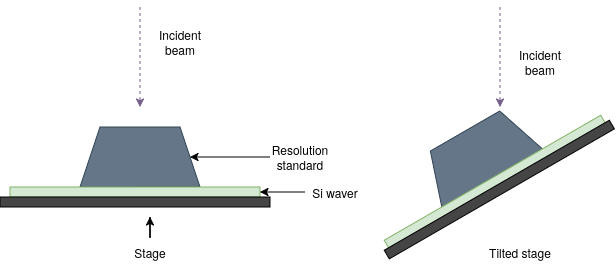
The draw.io diagram notes/report/images/sem_tilt.png in Ribena-dev/CDE4301_IS434, before a commit. Source tidied: cells renumbered, new cells last; positions are measured from the earlier drawing's top-left corner, leaving out a move shared by most shapes. Source of this version:
```xml
<mxGraphModel>
  <root>
    <mxCell id="0" />
    <mxCell id="1" parent="0" />
    <mxCell id="2" style="shape=trapezoid;perimeter=trapezoidPerimeter;whiteSpace=wrap;html=1;fixedSize=1;strokeColor=#314354;fillColor=#647687;fontColor=#ffffff;" parent="1" vertex="1">
      <mxGeometry x="80" y="120" width="120" height="60" as="geometry" />
    </mxCell>
    <mxCell id="3" style="rounded=0;whiteSpace=wrap;html=1;fillColor=#d5e8d4;strokeColor=#82b366;" parent="1" vertex="1">
      <mxGeometry x="10" y="180" width="250" height="10" as="geometry" />
    </mxCell>
    <mxCell id="4" style="endArrow=classic;html=1;rounded=0;dashed=1;strokeColor=#76608A;" parent="1" edge="1">
      <mxGeometry relative="1" as="geometry">
        <mxPoint x="140" as="sourcePoint" />
        <mxPoint x="140" y="100" as="targetPoint" />
      </mxGeometry>
    </mxCell>
    <mxCell id="5" value="Incident beam" style="text;html=1;whiteSpace=wrap;strokeColor=none;fillColor=none;align=center;verticalAlign=middle;rounded=0;" parent="1" vertex="1">
      <mxGeometry x="150" y="20" width="60" height="30" as="geometry" />
    </mxCell>
    <mxCell id="6" style="edgeStyle=orthogonalEdgeStyle;rounded=0;jettySize=auto;html=1;" parent="1" edge="1" source="7" target="2">
      <mxGeometry relative="1" as="geometry" />
    </mxCell>
    <mxCell id="7" value="Resolution &lt;br&gt;standard" style="text;html=1;whiteSpace=wrap;strokeColor=none;fillColor=none;align=center;verticalAlign=middle;rounded=0;" parent="1" vertex="1">
      <mxGeometry x="270" y="135" width="60" height="30" as="geometry" />
    </mxCell>
    <mxCell id="8" style="edgeStyle=orthogonalEdgeStyle;rounded=0;jettySize=auto;html=1;entryX=1;entryY=0.5;entryDx=0;entryDy=0;" parent="1" edge="1" source="9" target="3">
      <mxGeometry relative="1" as="geometry" />
    </mxCell>
    <mxCell id="9" value="Si waver" style="text;html=1;whiteSpace=wrap;strokeColor=none;fillColor=none;align=center;verticalAlign=middle;rounded=0;" parent="1" vertex="1">
      <mxGeometry x="305" y="170" width="60" height="30" as="geometry" />
    </mxCell>
    <mxCell id="10" style="shape=trapezoid;perimeter=trapezoidPerimeter;whiteSpace=wrap;html=1;fixedSize=1;strokeColor=#314354;fillColor=#647687;fontColor=#ffffff;rotation=-30;" parent="1" vertex="1">
      <mxGeometry x="420" y="120" width="120" height="60" as="geometry" />
    </mxCell>
    <mxCell id="11" style="rounded=0;whiteSpace=wrap;html=1;fillColor=#d5e8d4;strokeColor=#82b366;rotation=-30;" parent="1" vertex="1">
      <mxGeometry x="370" y="170" width="250" height="10" as="geometry" />
    </mxCell>
    <mxCell id="12" style="endArrow=classic;html=1;rounded=0;dashed=1;strokeColor=#76608A;" parent="1" edge="1">
      <mxGeometry relative="1" as="geometry">
        <mxPoint x="500" as="sourcePoint" />
        <mxPoint x="500" y="100" as="targetPoint" />
      </mxGeometry>
    </mxCell>
    <mxCell id="13" value="Incident beam" style="text;html=1;whiteSpace=wrap;strokeColor=none;fillColor=none;align=center;verticalAlign=middle;rounded=0;" parent="1" vertex="1">
      <mxGeometry x="510" y="40" width="60" height="30" as="geometry" />
    </mxCell>
    <mxCell id="14" value="Tilted stage" style="text;html=1;whiteSpace=wrap;strokeColor=none;fillColor=none;align=center;verticalAlign=middle;rounded=0;" parent="1" vertex="1">
      <mxGeometry x="480" y="230" width="80" height="30" as="geometry" />
    </mxCell>
    <mxCell id="15" style="rounded=0;whiteSpace=wrap;html=1;fillColor=#454545;" parent="1" vertex="1">
      <mxGeometry y="190" width="270" height="10" as="geometry" />
    </mxCell>
    <mxCell id="16" style="edgeStyle=orthogonalEdgeStyle;rounded=0;jettySize=auto;html=1;" parent="1" edge="1" source="17">
      <mxGeometry relative="1" as="geometry">
        <mxPoint x="150" y="210" as="targetPoint" />
      </mxGeometry>
    </mxCell>
    <mxCell id="17" value="Stage" style="text;html=1;whiteSpace=wrap;strokeColor=none;fillColor=none;align=center;verticalAlign=middle;rounded=0;" parent="1" vertex="1">
      <mxGeometry x="120" y="230" width="60" height="30" as="geometry" />
    </mxCell>
    <mxCell id="18" style="rounded=0;whiteSpace=wrap;html=1;rotation=-30;fillColor=#454545;" parent="1" vertex="1">
      <mxGeometry x="369.3" y="177.5" width="260" height="10" as="geometry" />
    </mxCell>
  </root>
</mxGraphModel>
```
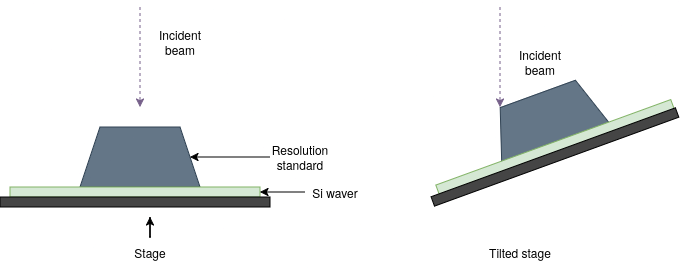
After the commit.

Diff of the diagram source:
```diff
@@ -29,11 +29,11 @@
     <mxCell id="9" value="Si waver" style="text;html=1;whiteSpace=wrap;strokeColor=none;fillColor=none;align=center;verticalAlign=middle;rounded=0;" parent="1" vertex="1">
       <mxGeometry x="305" y="170" width="60" height="30" as="geometry" />
     </mxCell>
-    <mxCell id="10" style="shape=trapezoid;perimeter=trapezoidPerimeter;whiteSpace=wrap;html=1;fixedSize=1;strokeColor=#314354;fillColor=#647687;fontColor=#ffffff;rotation=-30;" parent="1" vertex="1">
-      <mxGeometry x="420" y="120" width="120" height="60" as="geometry" />
+    <mxCell id="10" style="shape=trapezoid;perimeter=trapezoidPerimeter;whiteSpace=wrap;html=1;fixedSize=1;strokeColor=#314354;fillColor=#647687;fontColor=#ffffff;rotation=-20;" parent="1" vertex="1">
+      <mxGeometry x="488" y="85" width="120" height="60" as="geometry" />
     </mxCell>
-    <mxCell id="11" style="rounded=0;whiteSpace=wrap;html=1;fillColor=#d5e8d4;strokeColor=#82b366;rotation=-30;" parent="1" vertex="1">
-      <mxGeometry x="370" y="170" width="250" height="10" as="geometry" />
+    <mxCell id="11" style="rounded=0;whiteSpace=wrap;html=1;fillColor=#d5e8d4;strokeColor=#82b366;rotation=-20;" parent="1" vertex="1">
+      <mxGeometry x="430" y="135" width="250" height="10" as="geometry" />
     </mxCell>
     <mxCell id="12" style="endArrow=classic;html=1;rounded=0;dashed=1;strokeColor=#76608A;" parent="1" edge="1">
       <mxGeometry relative="1" as="geometry">
@@ -58,8 +58,8 @@
     <mxCell id="17" value="Stage" style="text;html=1;whiteSpace=wrap;strokeColor=none;fillColor=none;align=center;verticalAlign=middle;rounded=0;" parent="1" vertex="1">
       <mxGeometry x="120" y="230" width="60" height="30" as="geometry" />
     </mxCell>
-    <mxCell id="18" style="rounded=0;whiteSpace=wrap;html=1;rotation=-30;fillColor=#454545;" parent="1" vertex="1">
-      <mxGeometry x="369.3" y="177.5" width="260" height="10" as="geometry" />
+    <mxCell id="18" style="rounded=0;whiteSpace=wrap;html=1;rotation=-20;fillColor=#454545;" parent="1" vertex="1">
+      <mxGeometry x="425" y="145" width="260" height="10" as="geometry" />
     </mxCell>
   </root>
 </mxGraphModel>
```
